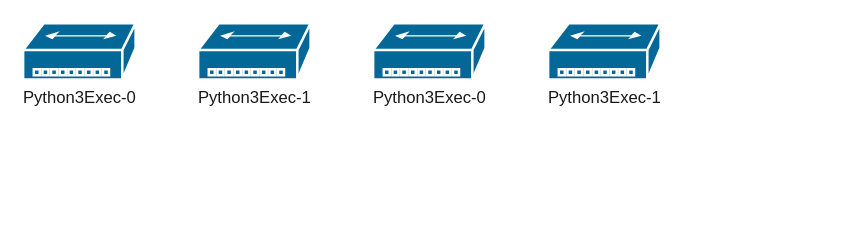
Earlier version of the draw.io diagram Untitled Diagram.drawio (Dortmund-Reus/testbd). Source tidied: cells renumbered, new cells numbered last; positions are measured from the earlier drawing's top-left corner, leaving out a move shared by most shapes. Both pictures are drawn from the tidied source at 125%, with x=0, y=0 at pixel (22, 22).
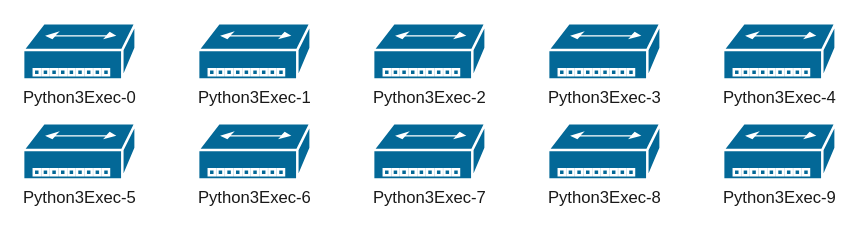
Above is the later version.

Diff of the diagram source:
```diff
@@
 <mxGraphModel>
   <root>
     <mxCell id="0" />
     <mxCell id="1" parent="0" />
     <mxCell id="2" value="&lt;span style=&quot;color: rgb(25 , 25 , 25) ; font-size: 13.3333px ; background-color: rgb(255 , 255 , 255)&quot;&gt;Python3Exec-0&lt;/span&gt;" style="shape=mxgraph.cisco.hubs_and_gateways.small_hub;html=1;dashed=0;fillColor=#036897;strokeColor=#ffffff;strokeWidth=2;verticalLabelPosition=bottom;verticalAlign=top;align=center;" parent="1" vertex="1">
       <mxGeometry width="90" height="45" as="geometry" />
     </mxCell>
     <mxCell id="3" value="&lt;span style=&quot;color: rgb(25 , 25 , 25) ; font-size: 13.3333px ; background-color: rgb(255 , 255 , 255)&quot;&gt;Python3Exec-1&lt;/span&gt;" style="shape=mxgraph.cisco.hubs_and_gateways.small_hub;html=1;dashed=0;fillColor=#036897;strokeColor=#ffffff;strokeWidth=2;verticalLabelPosition=bottom;verticalAlign=top;align=center;" parent="1" vertex="1">
       <mxGeometry x="140" width="90" height="45" as="geometry" />
     </mxCell>
-    <mxCell id="4" value="&lt;span style=&quot;color: rgb(25 , 25 , 25) ; font-size: 13.3333px ; background-color: rgb(255 , 255 , 255)&quot;&gt;Python3Exec-0&lt;/span&gt;" style="shape=mxgraph.cisco.hubs_and_gateways.small_hub;html=1;dashed=0;fillColor=#036897;strokeColor=#ffffff;strokeWidth=2;verticalLabelPosition=bottom;verticalAlign=top;align=center;" parent="1" vertex="1">
+    <mxCell id="4" value="&lt;span style=&quot;color: rgb(25 , 25 , 25) ; font-size: 13.3333px ; background-color: rgb(255 , 255 , 255)&quot;&gt;Python3Exec-2&lt;/span&gt;" style="shape=mxgraph.cisco.hubs_and_gateways.small_hub;html=1;dashed=0;fillColor=#036897;strokeColor=#ffffff;strokeWidth=2;verticalLabelPosition=bottom;verticalAlign=top;align=center;" parent="1" vertex="1">
       <mxGeometry x="280" width="90" height="45" as="geometry" />
     </mxCell>
-    <mxCell id="5" value="&lt;span style=&quot;color: rgb(25 , 25 , 25) ; font-size: 13.3333px ; background-color: rgb(255 , 255 , 255)&quot;&gt;Python3Exec-1&lt;/span&gt;" style="shape=mxgraph.cisco.hubs_and_gateways.small_hub;html=1;dashed=0;fillColor=#036897;strokeColor=#ffffff;strokeWidth=2;verticalLabelPosition=bottom;verticalAlign=top;align=center;" parent="1" vertex="1">
+    <mxCell id="5" value="&lt;span style=&quot;color: rgb(25 , 25 , 25) ; font-size: 13.3333px ; background-color: rgb(255 , 255 , 255)&quot;&gt;Python3Exec-3&lt;/span&gt;" style="shape=mxgraph.cisco.hubs_and_gateways.small_hub;html=1;dashed=0;fillColor=#036897;strokeColor=#ffffff;strokeWidth=2;verticalLabelPosition=bottom;verticalAlign=top;align=center;" parent="1" vertex="1">
       <mxGeometry x="420" width="90" height="45" as="geometry" />
     </mxCell>
+    <mxCell id="6" value="&lt;span style=&quot;color: rgb(25 , 25 , 25) ; font-size: 13.3333px ; background-color: rgb(255 , 255 , 255)&quot;&gt;Python3Exec-5&lt;/span&gt;" style="shape=mxgraph.cisco.hubs_and_gateways.small_hub;html=1;dashed=0;fillColor=#036897;strokeColor=#ffffff;strokeWidth=2;verticalLabelPosition=bottom;verticalAlign=top;align=center;" parent="1" vertex="1">
+      <mxGeometry y="80" width="90" height="45" as="geometry" />
+    </mxCell>
+    <mxCell id="7" value="&lt;span style=&quot;color: rgb(25 , 25 , 25) ; font-size: 13.3333px ; background-color: rgb(255 , 255 , 255)&quot;&gt;Python3Exec-6&lt;/span&gt;" style="shape=mxgraph.cisco.hubs_and_gateways.small_hub;html=1;dashed=0;fillColor=#036897;strokeColor=#ffffff;strokeWidth=2;verticalLabelPosition=bottom;verticalAlign=top;align=center;" parent="1" vertex="1">
+      <mxGeometry x="140" y="80" width="90" height="45" as="geometry" />
+    </mxCell>
+    <mxCell id="8" value="&lt;span style=&quot;color: rgb(25 , 25 , 25) ; font-size: 13.3333px ; background-color: rgb(255 , 255 , 255)&quot;&gt;Python3Exec-7&lt;/span&gt;" style="shape=mxgraph.cisco.hubs_and_gateways.small_hub;html=1;dashed=0;fillColor=#036897;strokeColor=#ffffff;strokeWidth=2;verticalLabelPosition=bottom;verticalAlign=top;align=center;" parent="1" vertex="1">
+      <mxGeometry x="280" y="80" width="90" height="45" as="geometry" />
+    </mxCell>
+    <mxCell id="9" value="&lt;span style=&quot;color: rgb(25 , 25 , 25) ; font-size: 13.3333px ; background-color: rgb(255 , 255 , 255)&quot;&gt;Python3Exec-8&lt;/span&gt;" style="shape=mxgraph.cisco.hubs_and_gateways.small_hub;html=1;dashed=0;fillColor=#036897;strokeColor=#ffffff;strokeWidth=2;verticalLabelPosition=bottom;verticalAlign=top;align=center;" parent="1" vertex="1">
+      <mxGeometry x="420" y="80" width="90" height="45" as="geometry" />
+    </mxCell>
+    <mxCell id="10" value="&lt;span style=&quot;color: rgb(25 , 25 , 25) ; font-size: 13.3333px ; background-color: rgb(255 , 255 , 255)&quot;&gt;Python3Exec-4&lt;/span&gt;" style="shape=mxgraph.cisco.hubs_and_gateways.small_hub;html=1;dashed=0;fillColor=#036897;strokeColor=#ffffff;strokeWidth=2;verticalLabelPosition=bottom;verticalAlign=top;align=center;" parent="1" vertex="1">
+      <mxGeometry x="560" width="90" height="45" as="geometry" />
+    </mxCell>
+    <mxCell id="11" value="&lt;span style=&quot;color: rgb(25 , 25 , 25) ; font-size: 13.3333px ; background-color: rgb(255 , 255 , 255)&quot;&gt;Python3Exec-9&lt;/span&gt;" style="shape=mxgraph.cisco.hubs_and_gateways.small_hub;html=1;dashed=0;fillColor=#036897;strokeColor=#ffffff;strokeWidth=2;verticalLabelPosition=bottom;verticalAlign=top;align=center;" parent="1" vertex="1">
+      <mxGeometry x="560" y="80" width="90" height="45" as="geometry" />
+    </mxCell>
   </root>
 </mxGraphModel>
```
